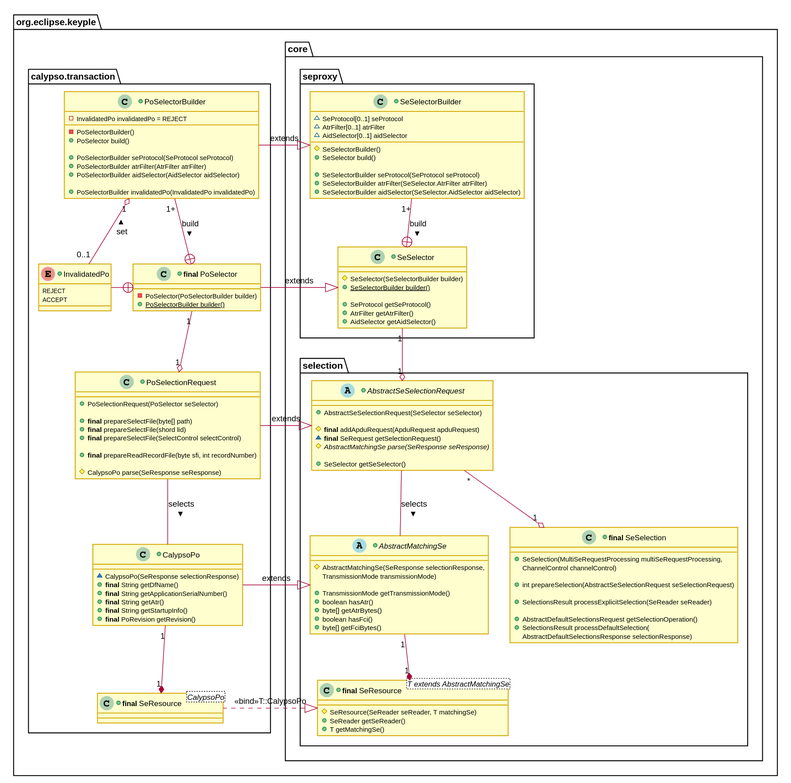
Above: docs/KeypleCalypsoApi/ApplicationApi/img/KeypleCalypso_ApplicationApi_ClassDiag_Transaction_PO_Selection_0_9_0.svg in calypsonet/keyple (PlantUML), before the change.
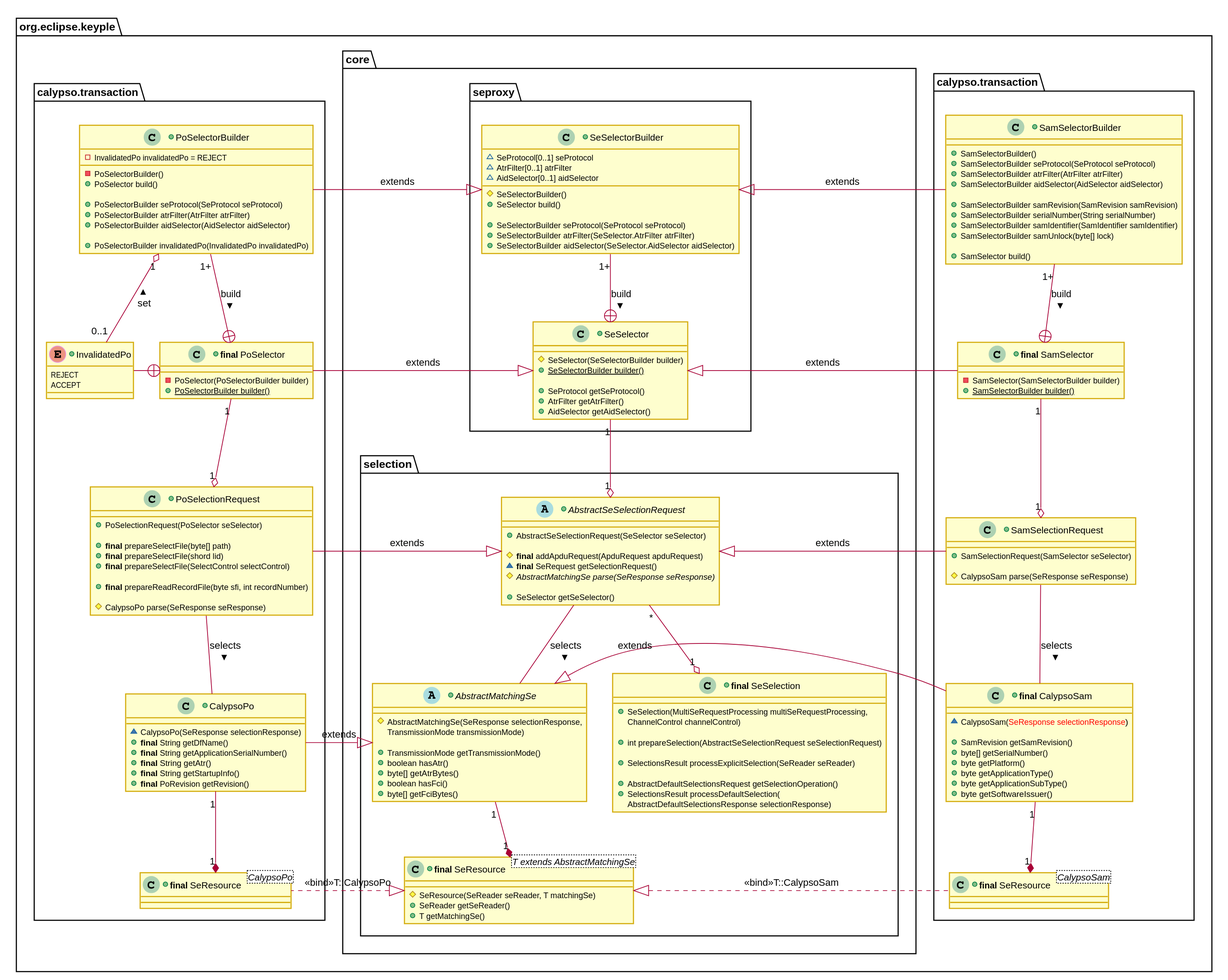
The same file after the commit.

Change to the diagram source:
```diff
@@ -21,11 +21,63 @@
 skinparam ClassBackgroundColor<<green>> #EAFAF1
 skinparam ClassBorderColor<<green>> #2ECC71
 hide <<green>> stereotype
+
+skinparam ClassBackgroundColor<<orange>> #FDF2E9
+skinparam ClassBorderColor<<orange>> #E67E22
+hide <<orange>> stereotype
+
 skinparam ClassBackgroundColor<<grey>> #EAECEE
 skinparam ClassBorderColor<<grey>> #2C3E50
 hide <<grey>> stereotype
 
 package org.eclipse.keyple #FFFFFF {
+  package "calypso.transaction" as transaction_sam #FFFFFF {
++class "<b>final</b> SamSelector" as SamSelector {
+  -SamSelector(SamSelectorBuilder builder)
+  +{static} SamSelectorBuilder builder()
+}
+
++class SamSelectorBuilder {
+  +SamSelectorBuilder()
+  +SamSelectorBuilder seProtocol(SeProtocol seProtocol)
+  +SamSelectorBuilder atrFilter(AtrFilter atrFilter)
+  +SamSelectorBuilder aidSelector(AidSelector aidSelector)
+
+  +SamSelectorBuilder samRevision(SamRevision samRevision)
+  +SamSelectorBuilder serialNumber(String serialNumber)
+  +SamSelectorBuilder samIdentifier(SamIdentifier samIdentifier)
+  +SamSelectorBuilder samUnlock(byte[] lock)
+
+  +SamSelector build()
+}
+
+
++class SamSelectionRequest {
+  +SamSelectionRequest(SamSelector seSelector)
+
+  #CalypsoSam parse(SeResponse seResponse)
+}
+
++class "<b>final</b> SeResource<CalypsoSam>" as SamResource {
+}
+
+      +class "<b>final</b> CalypsoSam" as CalypsoSam {
+        ~CalypsoSam(<color:red>SeResponse selectionResponse</color>)
+
+        +SamRevision getSamRevision()
+        +byte[] getSerialNumber()
+        +byte getPlatform()
+        +byte getApplicationType()
+        +byte getApplicationSubType()
+        +byte getSoftwareIssuer()
+      }
+
+    SamSelector +-up- "1+" SamSelectorBuilder : build <
+    SamSelectionRequest "1" o-up- "1" SamSelector
+    SamSelectionRequest -down- CalypsoSam : selects >
+    SamResource "1" *-up- "1" CalypsoSam
+  }
+
   package core #FFFFFF {
     package seproxy #FFFFFF {
 +class SeSelector {
@@ -159,5 +211,10 @@
   CalypsoPo -left-|> AbstractMatchingSe : extends
   PoResource .left.|> SeResource_T : <<bind>>T::CalypsoPo
 
+  SeSelectorBuilder <|-right- SamSelectorBuilder : extends
+  SeSelector <|-right- SamSelector : extends
+  AbstractSeSelectionRequest <|-right- SamSelectionRequest : extends
+  AbstractMatchingSe <|-right- CalypsoSam : extends
+  SeResource_T <|.right. SamResource : <<bind>>T::CalypsoSam
 }
 @enduml
```
